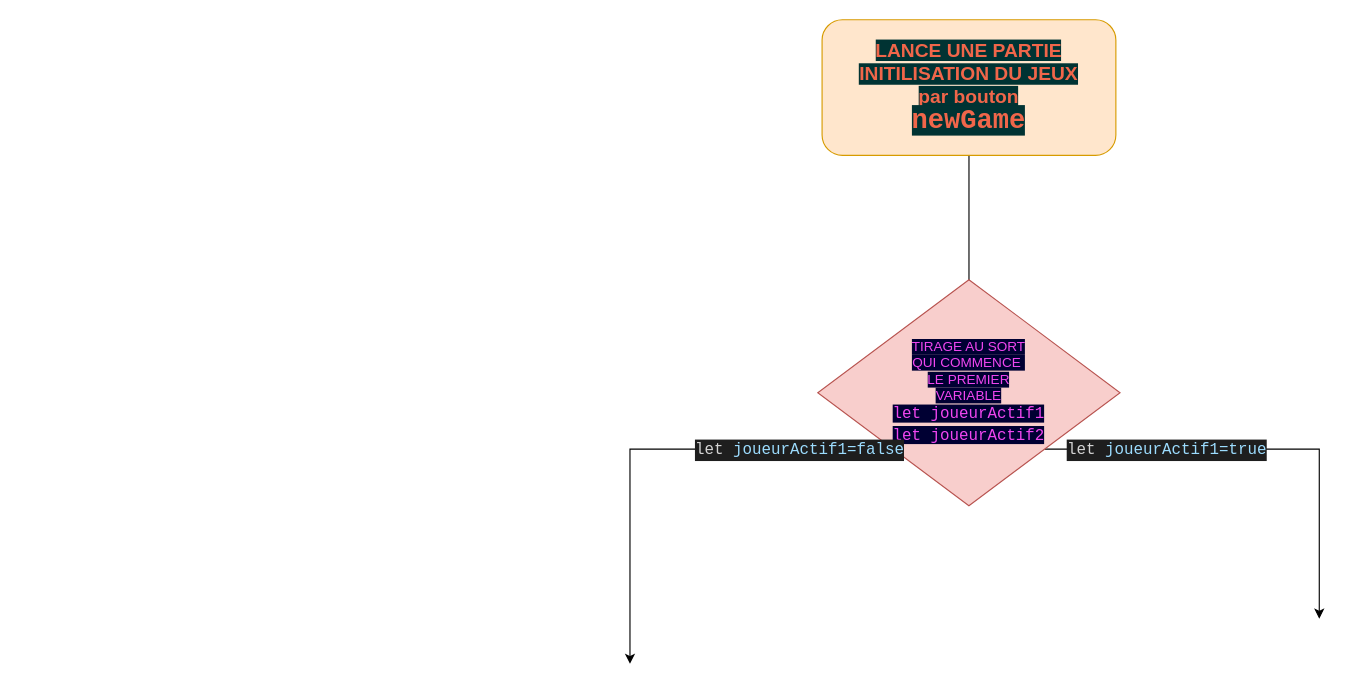
Above: drawio/diagramme.drawio in RACHID63/gamedice (draw.io), before the change. Source tidied: cells renumbered, new cells numbered last; positions are measured from the earlier drawing's top-left corner, leaving out a move shared by most shapes. Both pictures are drawn from the tidied source at 113%, with x=0, y=0 at pixel (629, 19).
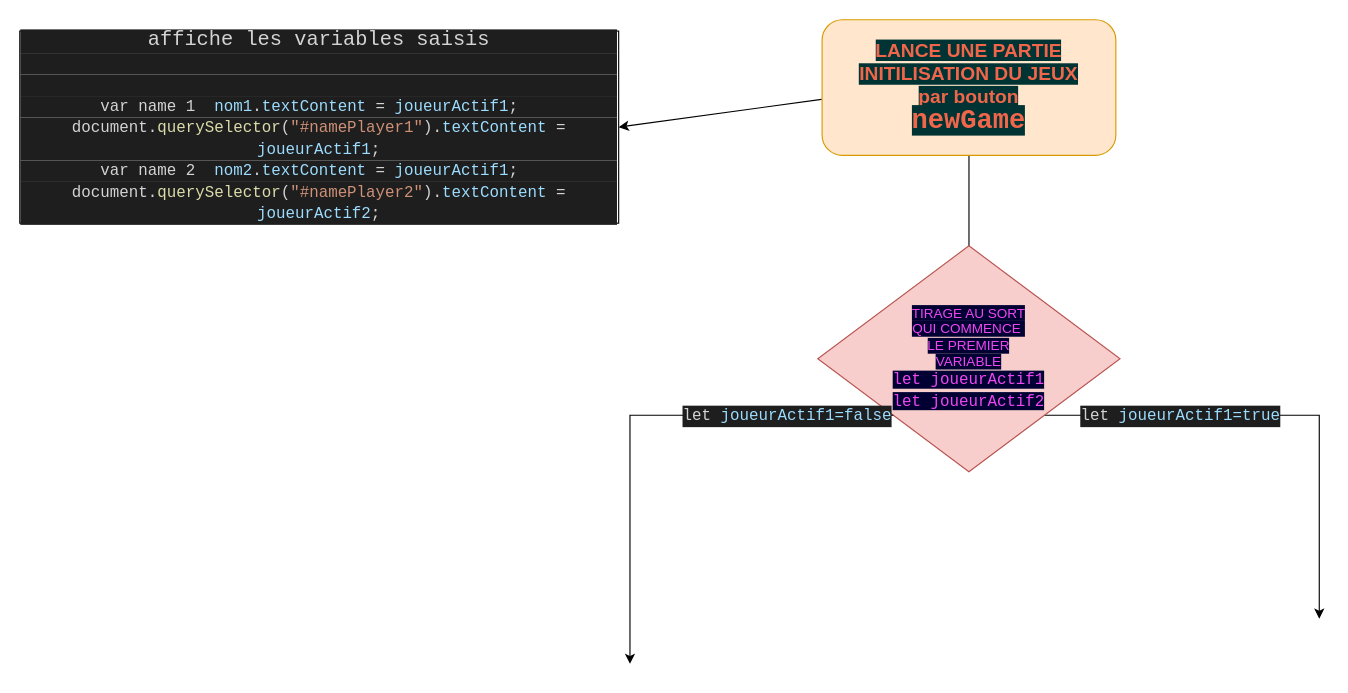
The same page after the edit.

Diff of the diagram source:
```diff
@@
 <mxGraphModel>
   <root>
     <mxCell id="0" />
     <mxCell id="1" parent="0" />
     <mxCell id="2" style="edgeStyle=orthogonalEdgeStyle;rounded=0;jettySize=auto;html=1;" parent="1" edge="1" source="3">
       <mxGeometry relative="1" as="geometry">
         <mxPoint x="300" y="270" as="targetPoint" />
       </mxGeometry>
     </mxCell>
     <mxCell id="3" value="&lt;b&gt;&lt;font color=&quot;#f0664a&quot; style=&quot;background-color: rgb(0, 51, 51); font-size: 17px;&quot;&gt;LANCE UNE PARTIE&lt;br&gt;INITILISATION DU JEUX&lt;br&gt;par bouton&lt;br&gt;&lt;/font&gt;&lt;/b&gt;&lt;div style=&quot;font-family: Consolas, &amp;quot;Courier New&amp;quot;, monospace; line-height: 19px;&quot;&gt;&lt;b style=&quot;&quot;&gt;&lt;font color=&quot;#f0664a&quot; style=&quot;background-color: rgb(0, 51, 51); font-size: 24px;&quot;&gt;newGame&lt;/font&gt;&lt;/b&gt;&lt;/div&gt;" style="rounded=1;whiteSpace=wrap;html=1;fillColor=#ffe6cc;strokeColor=#d79b00;" parent="1" vertex="1">
       <mxGeometry x="170" width="260" height="120" as="geometry" />
     </mxCell>
     <mxCell id="4" style="edgeStyle=orthogonalEdgeStyle;rounded=0;jettySize=auto;html=1;exitX=1;exitY=1;exitDx=0;exitDy=0;" parent="1" edge="1" source="6">
       <mxGeometry relative="1" as="geometry">
         <mxPoint x="610" y="530" as="targetPoint" />
         <Array as="points">
           <mxPoint x="610" y="380" />
           <mxPoint x="610" y="510" />
         </Array>
       </mxGeometry>
     </mxCell>
     <mxCell id="5" value="&lt;div style=&quot;color: rgb(212, 212, 212); background-color: rgb(30, 30, 30); font-family: Consolas, &amp;quot;Courier New&amp;quot;, monospace; font-size: 14px; line-height: 19px;&quot;&gt;let &lt;span style=&quot;color: #9cdcfe;&quot;&gt;joueurActif1=true&lt;/span&gt;&lt;/div&gt;" style="edgeLabel;html=1;align=center;verticalAlign=middle;" parent="4" vertex="1">
       <mxGeometry x="-0.26" relative="1" as="geometry">
         <mxPoint x="-37" as="offset" />
       </mxGeometry>
     </mxCell>
     <mxCell id="6" value="&lt;font style=&quot;background-color: rgb(0, 0, 51);&quot; color=&quot;#f046f0&quot;&gt;TIRAGE AU SORT&lt;br&gt;QUI COMMENCE&amp;nbsp;&lt;br&gt;LE PREMIER&lt;br&gt;VARIABLE&lt;br&gt;&lt;/font&gt;&lt;div style=&quot;font-family: Consolas, &amp;quot;Courier New&amp;quot;, monospace; font-size: 14px; line-height: 19px;&quot;&gt;&lt;div style=&quot;line-height: 19px;&quot;&gt;&lt;font style=&quot;background-color: rgb(0, 0, 51);&quot; color=&quot;#f046f0&quot;&gt;let joueurActif1&lt;/font&gt;&lt;/div&gt;&lt;div style=&quot;line-height: 19px;&quot;&gt;&lt;div style=&quot;line-height: 19px;&quot;&gt;&lt;font style=&quot;background-color: rgb(0, 0, 51);&quot; color=&quot;#f046f0&quot;&gt;let joueurActif2&lt;/font&gt;&lt;/div&gt;&lt;/div&gt;&lt;/div&gt;" style="rhombus;whiteSpace=wrap;html=1;fillColor=#f8cecc;strokeColor=#b85450;" parent="1" vertex="1">
-      <mxGeometry x="166.2" y="230" width="267.5" height="200" as="geometry" />
+      <mxGeometry x="166.2" y="200" width="267.5" height="200" as="geometry" />
     </mxCell>
     <mxCell id="7" style="edgeStyle=orthogonalEdgeStyle;rounded=0;jettySize=auto;html=1;exitX=0;exitY=1;exitDx=0;exitDy=0;" parent="1" edge="1" source="6">
       <mxGeometry relative="1" as="geometry">
         <mxPoint y="570" as="targetPoint" />
         <Array as="points">
           <mxPoint y="380" />
           <mxPoint y="520" />
         </Array>
       </mxGeometry>
     </mxCell>
     <mxCell id="8" value="&lt;div style=&quot;color: rgb(212, 212, 212); background-color: rgb(30, 30, 30); font-family: Consolas, &amp;quot;Courier New&amp;quot;, monospace; font-size: 14px; line-height: 19px;&quot;&gt;let &lt;span style=&quot;color: #9cdcfe;&quot;&gt;joueurActif1=false&lt;/span&gt;&lt;/div&gt;" style="edgeLabel;html=1;align=center;verticalAlign=middle;" parent="7" vertex="1">
       <mxGeometry x="-0.26" relative="1" as="geometry">
         <mxPoint x="73" as="offset" />
       </mxGeometry>
     </mxCell>
+    <mxCell id="9" value="&lt;div style=&quot;color: rgb(212, 212, 212); background-color: rgb(30, 30, 30); font-family: Consolas, &amp;quot;Courier New&amp;quot;, monospace; line-height: 19px;&quot;&gt;&lt;font style=&quot;font-size: 18px;&quot;&gt;affiche les variables saisis&lt;/font&gt;&lt;/div&gt;&lt;div style=&quot;color: rgb(212, 212, 212); background-color: rgb(30, 30, 30); font-family: Consolas, &amp;quot;Courier New&amp;quot;, monospace; font-size: 14px; line-height: 19px;&quot;&gt;&lt;br&gt;&lt;/div&gt;&lt;div style=&quot;color: rgb(212, 212, 212); background-color: rgb(30, 30, 30); font-family: Consolas, &amp;quot;Courier New&amp;quot;, monospace; font-size: 14px; line-height: 19px;&quot;&gt;&lt;br&gt;&lt;/div&gt;&lt;div style=&quot;color: rgb(212, 212, 212); background-color: rgb(30, 30, 30); font-family: Consolas, &amp;quot;Courier New&amp;quot;, monospace; font-size: 14px; line-height: 19px;&quot;&gt;var name 1&amp;nbsp;&amp;nbsp;&lt;span style=&quot;color: rgb(156, 220, 254);&quot;&gt;nom1&lt;/span&gt;&lt;span style=&quot;&quot;&gt;.&lt;/span&gt;&lt;span style=&quot;color: rgb(156, 220, 254);&quot;&gt;textContent&lt;/span&gt;&lt;span style=&quot;&quot;&gt; = &lt;/span&gt;&lt;span style=&quot;color: rgb(156, 220, 254);&quot;&gt;joueurActif1&lt;/span&gt;&lt;span style=&quot;&quot;&gt;;&lt;/span&gt;&amp;nbsp;&amp;nbsp;&lt;/div&gt;&lt;div style=&quot;color: rgb(212, 212, 212); background-color: rgb(30, 30, 30); font-family: Consolas, &amp;quot;Courier New&amp;quot;, monospace; font-size: 14px; line-height: 19px;&quot;&gt;document.&lt;span style=&quot;color: #dcdcaa;&quot;&gt;querySelector&lt;/span&gt;(&lt;span style=&quot;color: #ce9178;&quot;&gt;&quot;#namePlayer1&quot;&lt;/span&gt;).&lt;span style=&quot;color: #9cdcfe;&quot;&gt;textContent&lt;/span&gt; = &lt;span style=&quot;color: #9cdcfe;&quot;&gt;joueurActif1&lt;/span&gt;;&lt;/div&gt;&lt;div style=&quot;color: rgb(212, 212, 212); background-color: rgb(30, 30, 30); font-family: Consolas, &amp;quot;Courier New&amp;quot;, monospace; font-size: 14px; line-height: 19px;&quot;&gt;var name 2&amp;nbsp;&amp;nbsp;&lt;span style=&quot;color: rgb(156, 220, 254);&quot;&gt;nom2&lt;/span&gt;.&lt;span style=&quot;color: rgb(156, 220, 254);&quot;&gt;textContent&lt;/span&gt;&amp;nbsp;=&amp;nbsp;&lt;span style=&quot;color: rgb(156, 220, 254);&quot;&gt;joueurActif1&lt;/span&gt;;&amp;nbsp;&amp;nbsp;&lt;br&gt;&lt;/div&gt;&lt;div style=&quot;color: rgb(212, 212, 212); background-color: rgb(30, 30, 30); font-family: Consolas, &amp;quot;Courier New&amp;quot;, monospace; font-size: 14px; line-height: 19px;&quot;&gt;&lt;div style=&quot;line-height: 19px;&quot;&gt;document.&lt;span style=&quot;color: #dcdcaa;&quot;&gt;querySelector&lt;/span&gt;(&lt;span style=&quot;color: #ce9178;&quot;&gt;&quot;#namePlayer2&quot;&lt;/span&gt;).&lt;span style=&quot;color: #9cdcfe;&quot;&gt;textContent&lt;/span&gt; = &lt;span style=&quot;color: #9cdcfe;&quot;&gt;joueurActif2&lt;/span&gt;;&lt;/div&gt;&lt;/div&gt;" style="whiteSpace=wrap;html=1;" parent="1" vertex="1">
+      <mxGeometry x="-540" y="10" width="530" height="170" as="geometry" />
+    </mxCell>
+    <mxCell id="10" style="endArrow=classic;html=1;entryX=1;entryY=0.5;entryDx=0;entryDy=0;exitX=-0.002;exitY=0.587;exitDx=0;exitDy=0;exitPerimeter=0;" parent="1" edge="1" source="3" target="9">
+      <mxGeometry relative="1" as="geometry" />
+    </mxCell>
   </root>
 </mxGraphModel>
```
